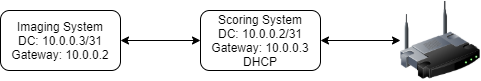
This is documentation/Network_Diagram.png from kparlak/dart-scoring-system, a draw.io export, as it was before one commit. Source tidied: cells renumbered, new cells last; positions are measured from the earlier drawing's top-left corner, leaving out a move shared by most shapes. The source it was exported from:
```xml
<mxGraphModel>
  <root>
    <mxCell id="0" />
    <mxCell id="1" parent="0" />
    <mxCell id="2" style="edgeStyle=orthogonalEdgeStyle;rounded=1;jettySize=auto;html=1;exitX=1;exitY=0.5;exitDx=0;exitDy=0;entryX=0;entryY=0.5;entryDx=0;entryDy=0;startArrow=classic;startFill=1;" parent="1" edge="1" source="3" target="5">
      <mxGeometry relative="1" as="geometry" />
    </mxCell>
    <mxCell id="3" value="Imaging System&lt;br&gt;DC: 10.0.0.3/31&lt;br&gt;Gateway: 10.0.0.2" style="rounded=1;whiteSpace=wrap;html=1;" parent="1" vertex="1">
      <mxGeometry y="10" width="120" height="60" as="geometry" />
    </mxCell>
    <mxCell id="4" style="edgeStyle=orthogonalEdgeStyle;rounded=1;jettySize=auto;html=1;exitX=1;exitY=0.5;exitDx=0;exitDy=0;entryX=0;entryY=0.5;entryDx=0;entryDy=0;startArrow=classic;startFill=1;endArrow=classic;endFill=1;" parent="1" edge="1" source="5" target="6">
      <mxGeometry relative="1" as="geometry" />
    </mxCell>
    <mxCell id="5" value="Scoring System&lt;br&gt;DC: 10.0.0.2/31&lt;br&gt;Gateway: 10.0.0.3&lt;br&gt;DHCP" style="rounded=1;whiteSpace=wrap;html=1;" parent="1" vertex="1">
      <mxGeometry x="200" y="10" width="120" height="60" as="geometry" />
    </mxCell>
    <mxCell id="6" style="image;html=1;image=img/lib/clip_art/networking/Wireless_Router_128x128.png;" parent="1" vertex="1">
      <mxGeometry x="400" width="80" height="80" as="geometry" />
    </mxCell>
  </root>
</mxGraphModel>
```
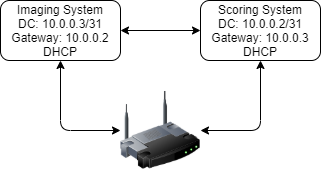
Above is the later version.

Change to the diagram source:
```diff
@@ -5,17 +5,20 @@
     <mxCell id="2" style="edgeStyle=orthogonalEdgeStyle;rounded=1;jettySize=auto;html=1;exitX=1;exitY=0.5;exitDx=0;exitDy=0;entryX=0;entryY=0.5;entryDx=0;entryDy=0;startArrow=classic;startFill=1;" parent="1" edge="1" source="3" target="5">
       <mxGeometry relative="1" as="geometry" />
     </mxCell>
+    <mxCell id="7" style="edgeStyle=orthogonalEdgeStyle;rounded=1;jettySize=auto;html=1;exitX=0.5;exitY=1;exitDx=0;exitDy=0;entryX=0;entryY=0.5;entryDx=0;entryDy=0;startArrow=classic;startFill=1;" parent="1" edge="1" source="3" target="6">
+      <mxGeometry relative="1" as="geometry" />
+    </mxCell>
-    <mxCell id="3" value="Imaging System&lt;br&gt;DC: 10.0.0.3/31&lt;br&gt;Gateway: 10.0.0.2" style="rounded=1;whiteSpace=wrap;html=1;" parent="1" vertex="1">
+    <mxCell id="3" value="Imaging System&lt;br&gt;DC: 10.0.0.3/31&lt;br&gt;Gateway: 10.0.0.2&lt;br&gt;DHCP" style="rounded=1;whiteSpace=wrap;html=1;" parent="1" vertex="1">
       <mxGeometry y="10" width="120" height="60" as="geometry" />
     </mxCell>
-    <mxCell id="4" style="edgeStyle=orthogonalEdgeStyle;rounded=1;jettySize=auto;html=1;exitX=1;exitY=0.5;exitDx=0;exitDy=0;entryX=0;entryY=0.5;entryDx=0;entryDy=0;startArrow=classic;startFill=1;endArrow=classic;endFill=1;" parent="1" edge="1" source="5" target="6">
+    <mxCell id="4" style="edgeStyle=orthogonalEdgeStyle;rounded=1;jettySize=auto;html=1;exitX=0.5;exitY=1;exitDx=0;exitDy=0;entryX=1;entryY=0.5;entryDx=0;entryDy=0;startArrow=classic;startFill=1;" parent="1" edge="1" source="5" target="6">
       <mxGeometry relative="1" as="geometry" />
     </mxCell>
     <mxCell id="5" value="Scoring System&lt;br&gt;DC: 10.0.0.2/31&lt;br&gt;Gateway: 10.0.0.3&lt;br&gt;DHCP" style="rounded=1;whiteSpace=wrap;html=1;" parent="1" vertex="1">
       <mxGeometry x="200" y="10" width="120" height="60" as="geometry" />
     </mxCell>
     <mxCell id="6" style="image;html=1;image=img/lib/clip_art/networking/Wireless_Router_128x128.png;" parent="1" vertex="1">
-      <mxGeometry x="400" width="80" height="80" as="geometry" />
+      <mxGeometry x="120" y="100" width="80" height="80" as="geometry" />
     </mxCell>
   </root>
 </mxGraphModel>
```
